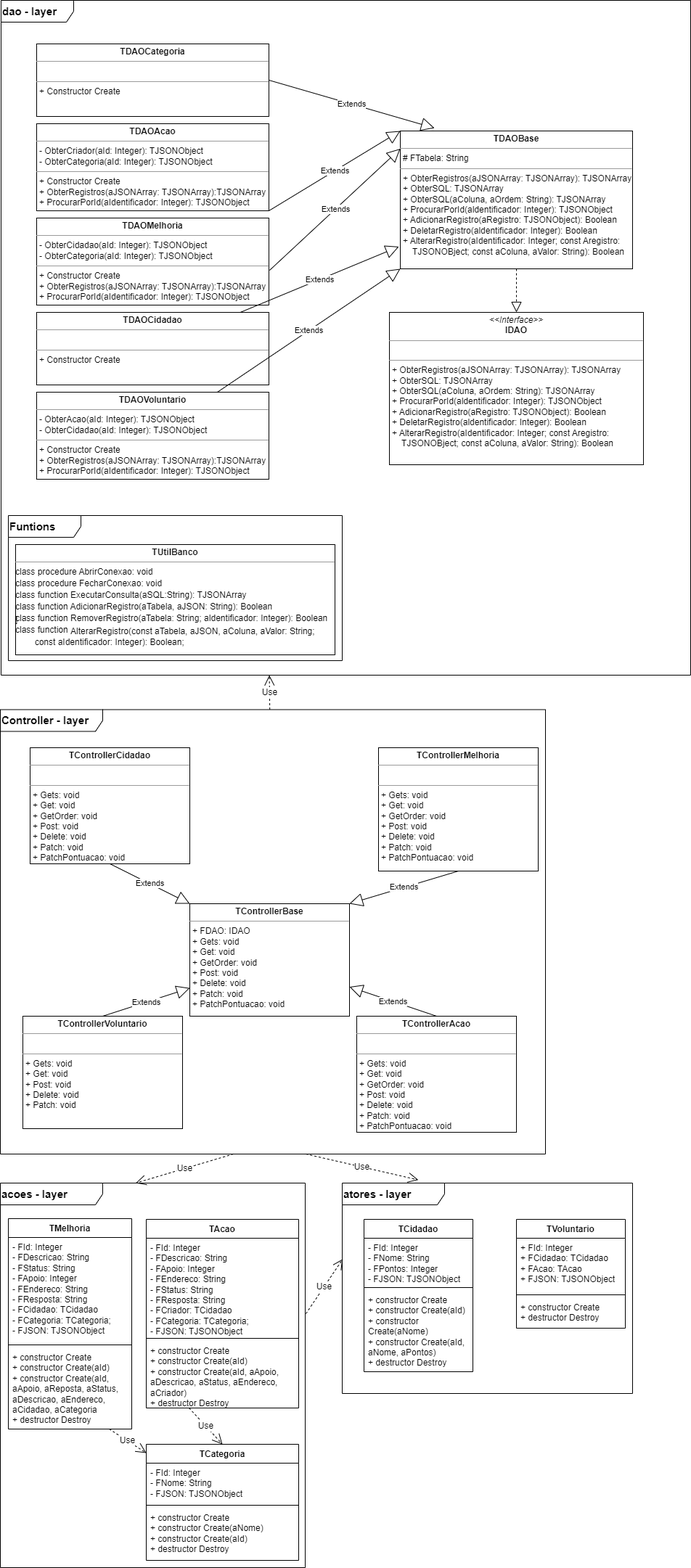
more-devs-2-blu/vcl-veterans keeps this draw.io diagram as Documentações/3 - Arquitetura da Aplicação/Diagrama de Classe - Backend.png. Above is the earlier version. Source tidied: cells renumbered, new cells last; positions are measured from the earlier drawing's top-left corner, leaving out a move shared by most shapes.
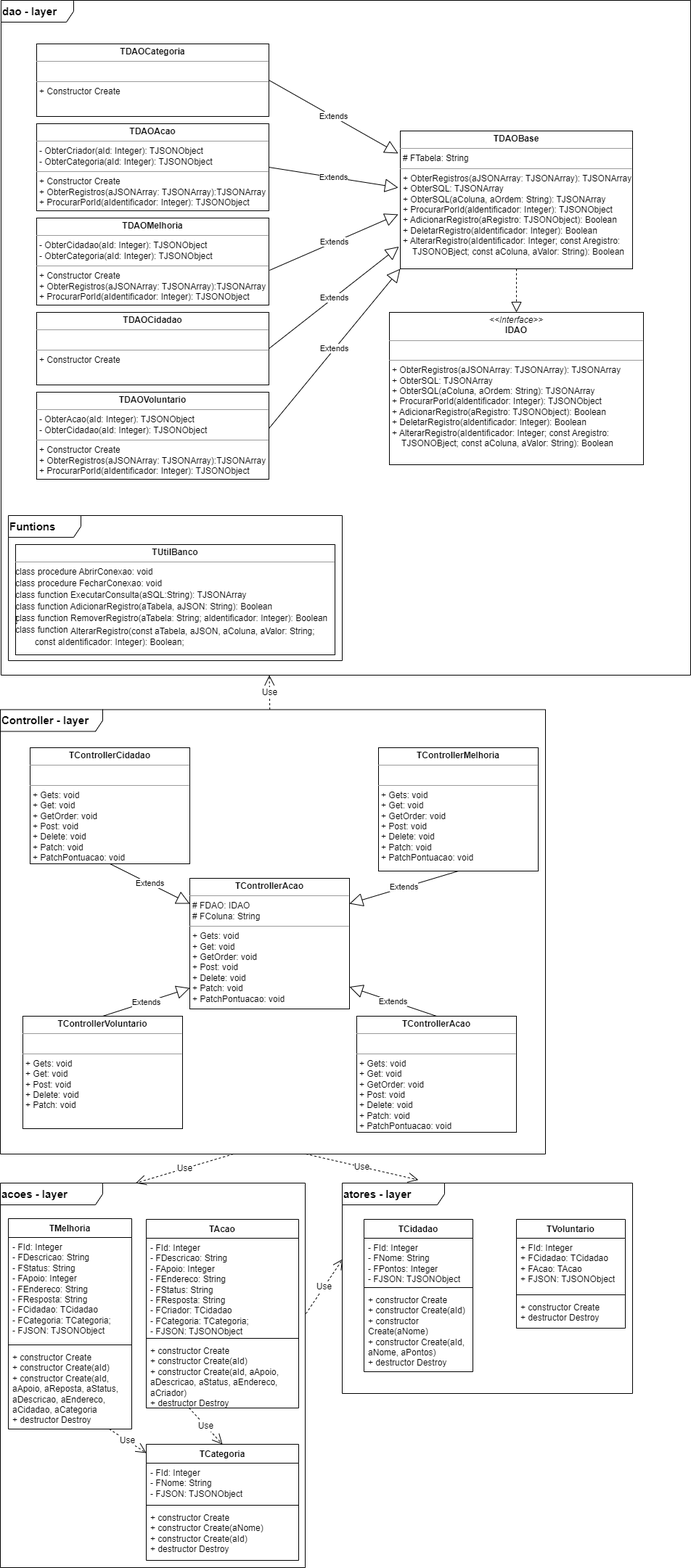
Above is the later version.

Commit message:
versão final do diagrama de classe do sistema backend

Change to the diagram source:
```diff
@@ -35,34 +35,38 @@
     <mxCell id="12" value="&lt;p style=&quot;margin:0px;margin-top:4px;text-align:center;&quot;&gt;&lt;b&gt;TDAOMelhoria&lt;/b&gt;&lt;/p&gt;&lt;hr size=&quot;1&quot;&gt;&lt;p style=&quot;margin:0px;margin-left:4px;&quot;&gt;- ObterCidadao(aId: Integer): TJSONObject&lt;br&gt;- ObterCategoria(aId: Integer): TJSONObject&lt;/p&gt;&lt;hr size=&quot;1&quot;&gt;&lt;p style=&quot;margin:0px;margin-left:4px;&quot;&gt;+ Constructor Create&lt;/p&gt;&lt;p style=&quot;margin:0px;margin-left:4px;&quot;&gt;+ ObterRegistros(aJSONArray: TJSONArray):TJSONArray&lt;/p&gt;&lt;p style=&quot;margin:0px;margin-left:4px;&quot;&gt;+ ProcurarPorId(aIdentificador: Integer): TJSONObject&lt;/p&gt;&lt;p style=&quot;margin:0px;margin-left:4px;&quot;&gt;&lt;br&gt;&lt;/p&gt;" style="verticalAlign=top;align=left;overflow=fill;fontSize=12;fontFamily=Helvetica;html=1;" parent="1" vertex="1">
       <mxGeometry x="50" y="300" width="320" height="120" as="geometry" />
     </mxCell>
-    <mxCell id="13" value="Extends" style="endArrow=block;endSize=16;endFill=0;html=1;rounded=0;entryX=0;entryY=1;entryDx=0;entryDy=0;" parent="1" edge="1" source="6" target="4">
+    <mxCell id="13" value="Extends" style="endArrow=block;endSize=16;endFill=0;html=1;rounded=0;entryX=0;entryY=1;entryDx=0;entryDy=0;exitX=1;exitY=0.417;exitDx=0;exitDy=0;exitPerimeter=0;" parent="1" edge="1" source="6" target="4">
       <mxGeometry relative="1" as="geometry" />
     </mxCell>
-    <mxCell id="14" value="Extends" style="endArrow=block;endSize=16;endFill=0;html=1;rounded=0;entryX=-0.006;entryY=0.839;entryDx=0;entryDy=0;entryPerimeter=0;" parent="1" edge="1" source="5" target="4">
+    <mxCell id="14" value="Extends" style="endArrow=block;endSize=16;endFill=0;html=1;rounded=0;entryX=-0.006;entryY=0.839;entryDx=0;entryDy=0;entryPerimeter=0;exitX=1;exitY=0.5;exitDx=0;exitDy=0;" parent="1" edge="1" source="5" target="4">
       <mxGeometry relative="1" as="geometry" />
     </mxCell>
-    <mxCell id="15" value="Extends" style="endArrow=block;endSize=16;endFill=0;html=1;rounded=0;entryX=0;entryY=0.129;entryDx=0;entryDy=0;exitX=1.003;exitY=0.6;exitDx=0;exitDy=0;exitPerimeter=0;entryPerimeter=0;" parent="1" edge="1" source="12" target="4">
+    <mxCell id="15" value="Extends" style="endArrow=block;endSize=16;endFill=0;html=1;rounded=0;entryX=-0.009;entryY=0.605;entryDx=0;entryDy=0;exitX=1.003;exitY=0.6;exitDx=0;exitDy=0;exitPerimeter=0;entryPerimeter=0;" parent="1" edge="1" source="12" target="4">
       <mxGeometry x="0.01" relative="1" as="geometry" />
     </mxCell>
     <mxCell id="16" style="endArrow=block;dashed=1;endFill=0;endSize=12;html=1;rounded=0;exitX=0.5;exitY=1;exitDx=0;exitDy=0;" parent="1" edge="1" source="4" target="3">
       <mxGeometry relative="1" as="geometry" />
     </mxCell>
-    <mxCell id="17" value="&lt;p style=&quot;margin:0px;margin-top:4px;text-align:center;&quot;&gt;&lt;b&gt;TControllerBase&lt;/b&gt;&lt;/p&gt;&lt;hr size=&quot;1&quot;&gt;&lt;p style=&quot;margin:0px;margin-left:4px;&quot;&gt;+ FDAO: IDAO&lt;/p&gt;&lt;p style=&quot;border-color: var(--border-color); margin: 0px 0px 0px 4px;&quot;&gt;+ Gets: void&lt;br style=&quot;border-color: var(--border-color);&quot;&gt;&lt;/p&gt;&lt;p style=&quot;border-color: var(--border-color); margin: 0px 0px 0px 4px;&quot;&gt;+ Get: void&lt;br style=&quot;border-color: var(--border-color);&quot;&gt;&lt;/p&gt;&lt;p style=&quot;border-color: var(--border-color); margin: 0px 0px 0px 4px;&quot;&gt;+ GetOrder: void&lt;/p&gt;&lt;p style=&quot;border-color: var(--border-color); margin: 0px 0px 0px 4px;&quot;&gt;+ Post: void&lt;br style=&quot;border-color: var(--border-color);&quot;&gt;&lt;/p&gt;&lt;p style=&quot;border-color: var(--border-color); margin: 0px 0px 0px 4px;&quot;&gt;+ Delete: void&lt;/p&gt;&lt;p style=&quot;border-color: var(--border-color); margin: 0px 0px 0px 4px;&quot;&gt;+ Patch: void&lt;br style=&quot;border-color: var(--border-color);&quot;&gt;&lt;/p&gt;&lt;p style=&quot;border-color: var(--border-color); margin: 0px 0px 0px 4px;&quot;&gt;+&amp;nbsp;PatchPontuacao: void&lt;/p&gt;" style="verticalAlign=top;align=left;overflow=fill;fontSize=12;fontFamily=Helvetica;html=1;" parent="1" vertex="1">
-      <mxGeometry x="261" y="1245" width="220" height="155" as="geometry" />
-    </mxCell>
-    <mxCell id="18" value="Extends" style="endArrow=block;endSize=16;endFill=0;html=1;rounded=0;entryX=0;entryY=0.75;entryDx=0;entryDy=0;" parent="1" edge="1" target="17">
+    <mxCell id="18" value="Extends" style="endArrow=block;endSize=16;endFill=0;html=1;rounded=0;entryX=0;entryY=0.75;entryDx=0;entryDy=0;" parent="1" edge="1">
       <mxGeometry relative="1" as="geometry">
         <mxPoint x="141" y="1400" as="sourcePoint" />
+        <mxPoint x="261" y="1361.2" as="targetPoint" />
       </mxGeometry>
     </mxCell>
-    <mxCell id="19" value="Extends" style="endArrow=block;endSize=16;endFill=0;html=1;rounded=0;exitX=0.5;exitY=1;exitDx=0;exitDy=0;entryX=0;entryY=0;entryDx=0;entryDy=0;" parent="1" edge="1" source="8" target="17">
-      <mxGeometry relative="1" as="geometry" />
+    <mxCell id="19" value="Extends" style="endArrow=block;endSize=16;endFill=0;html=1;rounded=0;exitX=0.5;exitY=1;exitDx=0;exitDy=0;entryX=0;entryY=0;entryDx=0;entryDy=0;" parent="1" edge="1" source="8">
+      <mxGeometry relative="1" as="geometry">
+        <mxPoint x="261" y="1245" as="targetPoint" />
+      </mxGeometry>
     </mxCell>
-    <mxCell id="20" value="Extends" style="endArrow=block;endSize=16;endFill=0;html=1;rounded=0;exitX=0.5;exitY=1;exitDx=0;exitDy=0;entryX=1;entryY=0;entryDx=0;entryDy=0;" parent="1" edge="1" source="11" target="17">
-      <mxGeometry relative="1" as="geometry" />
+    <mxCell id="20" value="Extends" style="endArrow=block;endSize=16;endFill=0;html=1;rounded=0;exitX=0.5;exitY=1;exitDx=0;exitDy=0;entryX=1;entryY=0;entryDx=0;entryDy=0;" parent="1" edge="1" source="11">
+      <mxGeometry relative="1" as="geometry">
+        <mxPoint x="481" y="1245" as="targetPoint" />
+      </mxGeometry>
     </mxCell>
-    <mxCell id="21" value="Extends" style="endArrow=block;endSize=16;endFill=0;html=1;rounded=0;exitX=0.5;exitY=0;exitDx=0;exitDy=0;" parent="1" edge="1" source="10" target="17">
-      <mxGeometry relative="1" as="geometry" />
+    <mxCell id="21" value="Extends" style="endArrow=block;endSize=16;endFill=0;html=1;rounded=0;exitX=0.5;exitY=0;exitDx=0;exitDy=0;" parent="1" edge="1" source="10">
+      <mxGeometry relative="1" as="geometry">
+        <mxPoint x="481" y="1359.6" as="targetPoint" />
+      </mxGeometry>
     </mxCell>
     <mxCell id="22" value="&lt;b&gt;&lt;font style=&quot;font-size: 15px;&quot;&gt;Funtions&lt;/font&gt;&lt;/b&gt;" style="shape=umlFrame;whiteSpace=wrap;html=1;align=left;width=100;height=30;" parent="1" vertex="1">
       <mxGeometry x="11" y="710" width="460" height="200" as="geometry" />
@@ -97,7 +101,7 @@
     <mxCell id="30" value="&lt;p style=&quot;margin:0px;margin-top:4px;text-align:center;&quot;&gt;&lt;b&gt;TDAOAcao&lt;/b&gt;&lt;/p&gt;&lt;hr size=&quot;1&quot;&gt;&lt;p style=&quot;margin:0px;margin-left:4px;&quot;&gt;- ObterCriador(aId: Integer): TJSONObject&lt;br style=&quot;border-color: var(--border-color);&quot;&gt;- ObterCategoria(aId: Integer): TJSONObject&lt;br&gt;&lt;/p&gt;&lt;hr size=&quot;1&quot;&gt;&lt;p style=&quot;border-color: var(--border-color); margin: 0px 0px 0px 4px;&quot;&gt;+ Constructor Create&lt;/p&gt;&lt;p style=&quot;border-color: var(--border-color); margin: 0px 0px 0px 4px;&quot;&gt;+ ObterRegistros(aJSONArray: TJSONArray):TJSONArray&lt;/p&gt;&lt;p style=&quot;border-color: var(--border-color); margin: 0px 0px 0px 4px;&quot;&gt;+ ProcurarPorId(aIdentificador: Integer): TJSONObject&lt;/p&gt;&lt;p style=&quot;margin:0px;margin-left:4px;&quot;&gt;&lt;br&gt;&lt;/p&gt;&lt;p style=&quot;margin:0px;margin-left:4px;&quot;&gt;&lt;br&gt;&lt;/p&gt;" style="verticalAlign=top;align=left;overflow=fill;fontSize=12;fontFamily=Helvetica;html=1;" parent="1" vertex="1">
       <mxGeometry x="50" y="170" width="320" height="120" as="geometry" />
     </mxCell>
-    <mxCell id="31" value="Extends" style="endArrow=block;endSize=16;endFill=0;html=1;rounded=0;entryX=0;entryY=0;entryDx=0;entryDy=0;exitX=1;exitY=1;exitDx=0;exitDy=0;" parent="1" edge="1" source="30" target="4">
+    <mxCell id="31" value="Extends" style="endArrow=block;endSize=16;endFill=0;html=1;rounded=0;exitX=1;exitY=0.5;exitDx=0;exitDy=0;entryX=-0.009;entryY=0.411;entryDx=0;entryDy=0;entryPerimeter=0;" parent="1" edge="1" source="30" target="4">
       <mxGeometry relative="1" as="geometry" />
     </mxCell>
     <mxCell id="32" value="TMelhoria" style="swimlane;fontStyle=1;align=center;verticalAlign=top;horizontal=1;startSize=26;whiteSpace=wrap;html=1;" parent="1" vertex="1">
@@ -169,8 +173,11 @@
     <mxCell id="54" value="&lt;p style=&quot;margin:0px;margin-top:4px;text-align:center;&quot;&gt;&lt;b&gt;TDAOCategoria&lt;/b&gt;&lt;/p&gt;&lt;hr size=&quot;1&quot;&gt;&lt;p style=&quot;margin:0px;margin-left:4px;&quot;&gt;&lt;br&gt;&lt;/p&gt;&lt;hr size=&quot;1&quot;&gt;&lt;p style=&quot;margin:0px;margin-left:4px;&quot;&gt;+ Constructor Create&lt;/p&gt;" style="verticalAlign=top;align=left;overflow=fill;fontSize=12;fontFamily=Helvetica;html=1;fillColor=default;" parent="1" vertex="1">
       <mxGeometry x="50" y="60" width="320" height="100" as="geometry" />
     </mxCell>
-    <mxCell id="55" value="Extends" style="endArrow=block;endSize=16;endFill=0;html=1;rounded=0;entryX=0.147;entryY=-0.021;entryDx=0;entryDy=0;exitX=1;exitY=0.5;exitDx=0;exitDy=0;entryPerimeter=0;" parent="1" edge="1" source="54" target="4">
+    <mxCell id="55" value="Extends" style="endArrow=block;endSize=16;endFill=0;html=1;rounded=0;entryX=-0.009;entryY=0.163;entryDx=0;entryDy=0;exitX=1;exitY=0.5;exitDx=0;exitDy=0;entryPerimeter=0;" parent="1" edge="1" source="54" target="4">
       <mxGeometry relative="1" as="geometry" />
     </mxCell>
+    <mxCell id="56" value="&lt;p style=&quot;margin:0px;margin-top:4px;text-align:center;&quot;&gt;&lt;b&gt;TControllerAcao&lt;/b&gt;&lt;/p&gt;&lt;hr size=&quot;1&quot;&gt;&lt;p style=&quot;margin:0px;margin-left:4px;&quot;&gt;# FDAO: IDAO&lt;/p&gt;&lt;p style=&quot;margin:0px;margin-left:4px;&quot;&gt;# FColuna: String&lt;/p&gt;&lt;hr size=&quot;1&quot;&gt;&lt;p style=&quot;border-color: var(--border-color); margin: 0px 0px 0px 4px;&quot;&gt;+ Gets: void&lt;br style=&quot;border-color: var(--border-color);&quot;&gt;&lt;/p&gt;&lt;p style=&quot;border-color: var(--border-color); margin: 0px 0px 0px 4px;&quot;&gt;+ Get: void&lt;br style=&quot;border-color: var(--border-color);&quot;&gt;&lt;/p&gt;&lt;p style=&quot;border-color: var(--border-color); margin: 0px 0px 0px 4px;&quot;&gt;+ GetOrder: void&lt;/p&gt;&lt;p style=&quot;border-color: var(--border-color); margin: 0px 0px 0px 4px;&quot;&gt;+ Post: void&lt;br style=&quot;border-color: var(--border-color);&quot;&gt;&lt;/p&gt;&lt;p style=&quot;border-color: var(--border-color); margin: 0px 0px 0px 4px;&quot;&gt;+ Delete: void&lt;/p&gt;&lt;p style=&quot;border-color: var(--border-color); margin: 0px 0px 0px 4px;&quot;&gt;+ Patch: void&lt;br&gt;&lt;/p&gt;&lt;p style=&quot;border-color: var(--border-color); margin: 0px 0px 0px 4px;&quot;&gt;+&amp;nbsp;PatchPontuacao: void&lt;/p&gt;" style="verticalAlign=top;align=left;overflow=fill;fontSize=12;fontFamily=Helvetica;html=1;" parent="1" vertex="1">
+      <mxGeometry x="261" y="1210" width="220" height="180" as="geometry" />
+    </mxCell>
   </root>
 </mxGraphModel>
```
